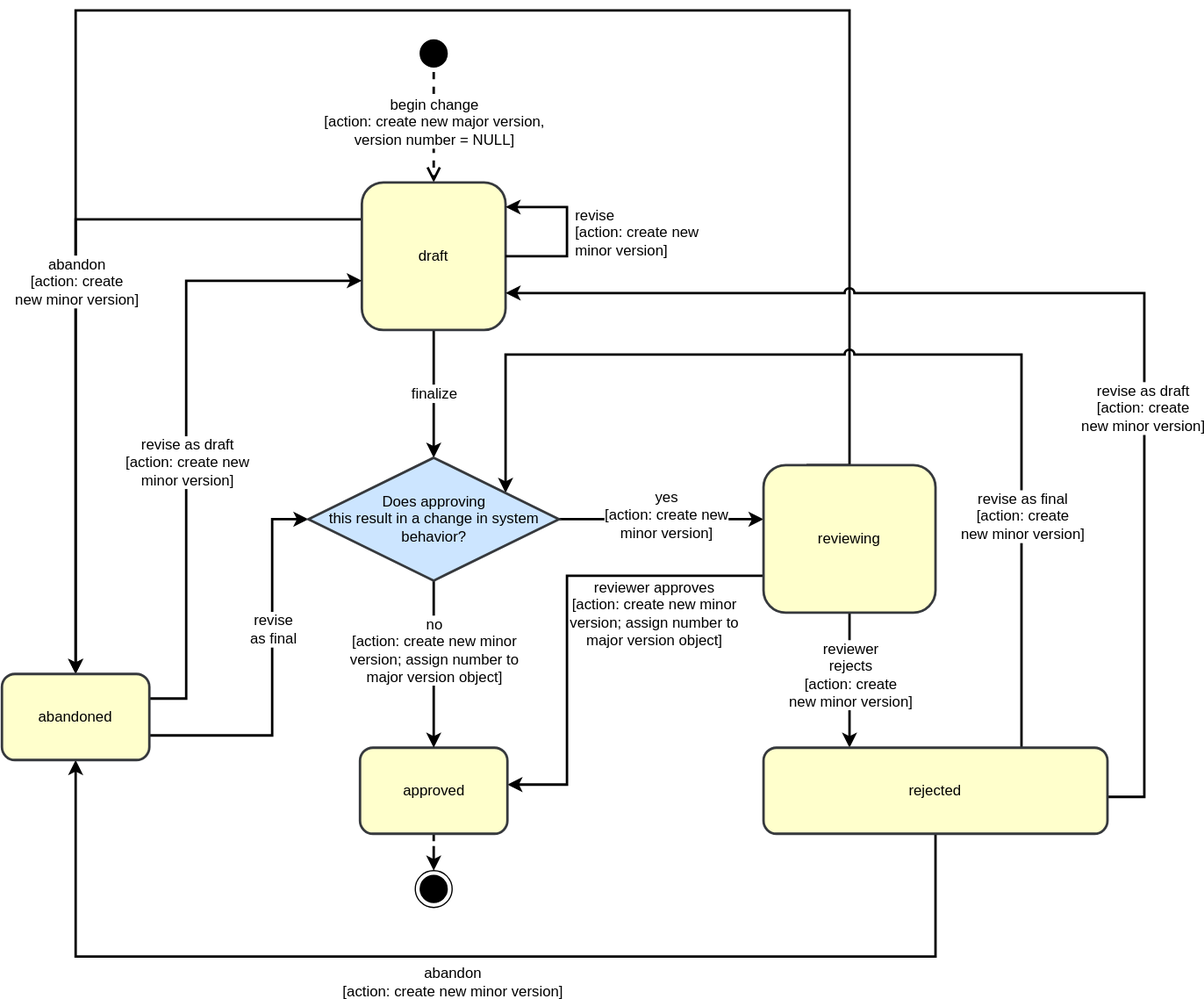
This is devdocs/reviewable-change-process.drawio.svg from fullstaq-labs/sqedule, a draw.io export, as it was before one commit. Source tidied: cells renumbered, new cells last; positions are measured from the earlier drawing's top-left corner, leaving out a move shared by most shapes.
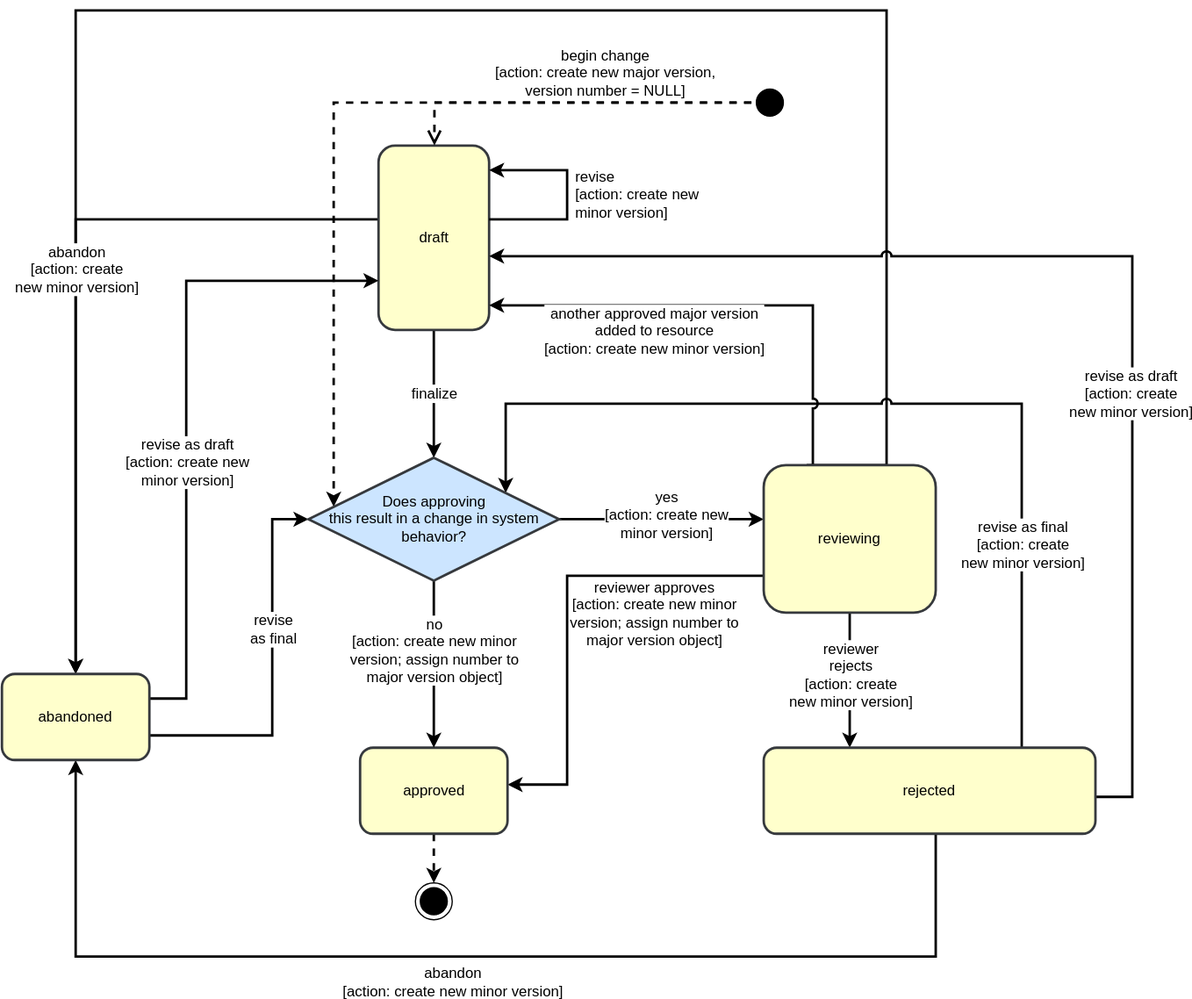
The same file after the commit.

Commit message:
Reviewable concept: improve docs and specs

What changed in the source:
```diff
@@ -2,17 +2,16 @@
   <root>
     <mxCell id="0" />
     <mxCell id="1" parent="0" />
+    <mxCell id="37" style="edgeStyle=orthogonalEdgeStyle;rounded=0;jumpStyle=arc;jettySize=auto;html=1;strokeWidth=2;fontSize=12;dashed=1;" parent="1" edge="1" source="2" target="33">
+      <mxGeometry relative="1" as="geometry">
+        <Array as="points">
+          <mxPoint x="270" y="75" />
+        </Array>
+      </mxGeometry>
+    </mxCell>
     <mxCell id="2" style="ellipse;html=1;shape=startState;fillColor=#000000;fontSize=12;" parent="1" vertex="1">
-      <mxGeometry x="336.5" y="20" width="30" height="30" as="geometry" />
+      <mxGeometry x="610" y="60" width="30" height="30" as="geometry" />
     </mxCell>
-    <mxCell id="3" style="edgeStyle=orthogonalEdgeStyle;html=1;verticalAlign=bottom;endArrow=open;endSize=8;dashed=1;fontSize=12;strokeWidth=2;" parent="1" edge="1" source="2" target="7">
-      <mxGeometry relative="1" as="geometry" />
-    </mxCell>
-    <mxCell id="4" value="begin change&lt;br&gt;[action: create new major version,&lt;br&gt;version number = NULL]" style="edgeLabel;html=1;align=center;verticalAlign=middle;fontSize=12;" parent="3" vertex="1">
-      <mxGeometry x="-0.03" relative="1" as="geometry">
-        <mxPoint y="-4" as="offset" />
-      </mxGeometry>
-    </mxCell>
     <mxCell id="5" style="edgeStyle=orthogonalEdgeStyle;rounded=0;jettySize=auto;html=1;endArrow=classic;endFill=1;strokeWidth=2;fontSize=12;" parent="1" edge="1" source="7" target="27">
       <mxGeometry relative="1" as="geometry">
         <Array as="points">
@@ -24,7 +23,7 @@
       <mxGeometry relative="1" as="geometry" />
     </mxCell>
     <mxCell id="7" value="draft" style="rounded=1;whiteSpace=wrap;html=1;fontSize=12;strokeColor=#36393d;fillColor=#FFFFCC;strokeWidth=2;" parent="1" vertex="1">
-      <mxGeometry x="293" y="140" width="117" height="120" as="geometry" />
+      <mxGeometry x="306.5" y="110" width="90" height="150" as="geometry" />
     </mxCell>
     <mxCell id="8" style="edgeStyle=orthogonalEdgeStyle;rounded=0;jumpStyle=none;jettySize=auto;html=1;endArrow=classic;endFill=1;strokeColor=#000000;strokeWidth=2;fontSize=12;" parent="1" edge="1" source="36" target="15">
       <mxGeometry relative="1" as="geometry">
@@ -55,8 +54,8 @@
     <mxCell id="12" style="edgeStyle=orthogonalEdgeStyle;rounded=0;jumpStyle=none;jettySize=auto;html=1;endArrow=classic;endFill=1;strokeColor=#000000;strokeWidth=2;fontSize=12;exitX=0.25;exitY=0;exitDx=0;exitDy=0;" parent="1" edge="1" source="36" target="27">
       <mxGeometry relative="1" as="geometry">
         <Array as="points">
-          <mxPoint x="690" y="370" />
-          <mxPoint x="690" />
+          <mxPoint x="720" y="370" />
+          <mxPoint x="720" />
           <mxPoint x="60" />
         </Array>
       </mxGeometry>
@@ -75,8 +74,8 @@
     <mxCell id="16" style="edgeStyle=orthogonalEdgeStyle;rounded=0;jumpStyle=arc;jettySize=auto;html=1;endArrow=classic;endFill=1;strokeColor=#000000;strokeWidth=2;fontSize=12;sketch=0;" parent="1" edge="1" source="22" target="7">
       <mxGeometry relative="1" as="geometry">
         <Array as="points">
-          <mxPoint x="930" y="640" />
-          <mxPoint x="930" y="230" />
+          <mxPoint x="920" y="640" />
+          <mxPoint x="920" y="200" />
         </Array>
       </mxGeometry>
     </mxCell>
@@ -88,8 +87,8 @@
     <mxCell id="18" style="edgeStyle=orthogonalEdgeStyle;rounded=0;sketch=0;jumpStyle=arc;jettySize=auto;html=1;endArrow=classic;endFill=1;strokeColor=#000000;strokeWidth=2;fontSize=12;" parent="1" edge="1" source="22" target="33">
       <mxGeometry relative="1" as="geometry">
         <Array as="points">
-          <mxPoint x="830" y="280" />
-          <mxPoint x="410" y="280" />
+          <mxPoint x="830" y="320" />
+          <mxPoint x="410" y="320" />
         </Array>
       </mxGeometry>
     </mxCell>
@@ -112,7 +111,7 @@
       </mxGeometry>
     </mxCell>
     <mxCell id="22" value="rejected" style="rounded=1;whiteSpace=wrap;html=1;fontSize=12;strokeColor=#36393d;fillColor=#FFFFCC;strokeWidth=2;glass=0;" parent="1" vertex="1">
-      <mxGeometry x="620" y="600" width="280" height="70" as="geometry" />
+      <mxGeometry x="620" y="600" width="270" height="70" as="geometry" />
     </mxCell>
     <mxCell id="23" style="edgeStyle=orthogonalEdgeStyle;rounded=0;jettySize=auto;html=1;endArrow=classic;endFill=1;strokeWidth=2;fontSize=12;" parent="1" edge="1" source="27" target="7">
       <mxGeometry relative="1" as="geometry">
@@ -142,7 +141,7 @@
       <mxGeometry y="540" width="120" height="70" as="geometry" />
     </mxCell>
     <mxCell id="28" style="ellipse;html=1;shape=endState;fillColor=#000000;fontSize=12;" parent="1" vertex="1">
-      <mxGeometry x="336.5" y="700" width="30" height="30" as="geometry" />
+      <mxGeometry x="336.5" y="710" width="30" height="30" as="geometry" />
     </mxCell>
     <mxCell id="29" style="edgeStyle=orthogonalEdgeStyle;rounded=0;jumpStyle=none;jettySize=auto;html=1;endArrow=classic;endFill=1;strokeColor=#000000;strokeWidth=2;fontSize=12;" parent="1" edge="1" source="33" target="36">
       <mxGeometry relative="1" as="geometry">
@@ -176,8 +175,8 @@
     <mxCell id="34" style="edgeStyle=orthogonalEdgeStyle;rounded=0;orthogonalLoop=1;jettySize=auto;html=1;strokeWidth=2;" parent="1" edge="1" source="7" target="7">
       <mxGeometry relative="1" as="geometry">
         <Array as="points">
-          <mxPoint x="460" y="200" />
-          <mxPoint x="460" y="160" />
+          <mxPoint x="460" y="170" />
+          <mxPoint x="460" y="130" />
         </Array>
       </mxGeometry>
     </mxCell>
@@ -186,8 +185,32 @@
         <mxPoint x="5" y="-1" as="offset" />
       </mxGeometry>
     </mxCell>
+    <mxCell id="38" style="edgeStyle=orthogonalEdgeStyle;rounded=0;jettySize=auto;html=1;strokeWidth=2;fontSize=12;jumpStyle=arc;" parent="1" edge="1" source="36" target="7">
+      <mxGeometry relative="1" as="geometry">
+        <Array as="points">
+          <mxPoint x="660" y="240" />
+        </Array>
+      </mxGeometry>
+    </mxCell>
+    <mxCell id="39" value="another approved major version&lt;br&gt;added to resource&lt;br&gt;[action: create new minor version]" style="edgeLabel;html=1;align=center;verticalAlign=middle;fontSize=12;" parent="38" vertex="1">
+      <mxGeometry x="0.51" relative="1" as="geometry">
+        <mxPoint x="37" y="20" as="offset" />
+      </mxGeometry>
+    </mxCell>
     <mxCell id="36" value="reviewing" style="rounded=1;whiteSpace=wrap;html=1;fontSize=12;strokeColor=#36393d;fillColor=#FFFFCC;strokeWidth=2;" parent="1" vertex="1">
       <mxGeometry x="620" y="370" width="140" height="120" as="geometry" />
     </mxCell>
+    <mxCell id="3" style="edgeStyle=orthogonalEdgeStyle;html=1;verticalAlign=bottom;endArrow=open;endSize=8;dashed=1;fontSize=12;strokeWidth=2;rounded=0;" parent="1" edge="1" source="2" target="7">
+      <mxGeometry relative="1" as="geometry">
+        <Array as="points">
+          <mxPoint x="352" y="75" />
+        </Array>
+      </mxGeometry>
+    </mxCell>
+    <mxCell id="4" value="begin change&lt;br&gt;[action: create new major version,&lt;br&gt;version number = NULL]" style="edgeLabel;html=1;align=center;verticalAlign=middle;fontSize=12;" parent="3" vertex="1">
+      <mxGeometry x="-0.03" relative="1" as="geometry">
+        <mxPoint x="23" y="-25" as="offset" />
+      </mxGeometry>
+    </mxCell>
   </root>
 </mxGraphModel>
```
